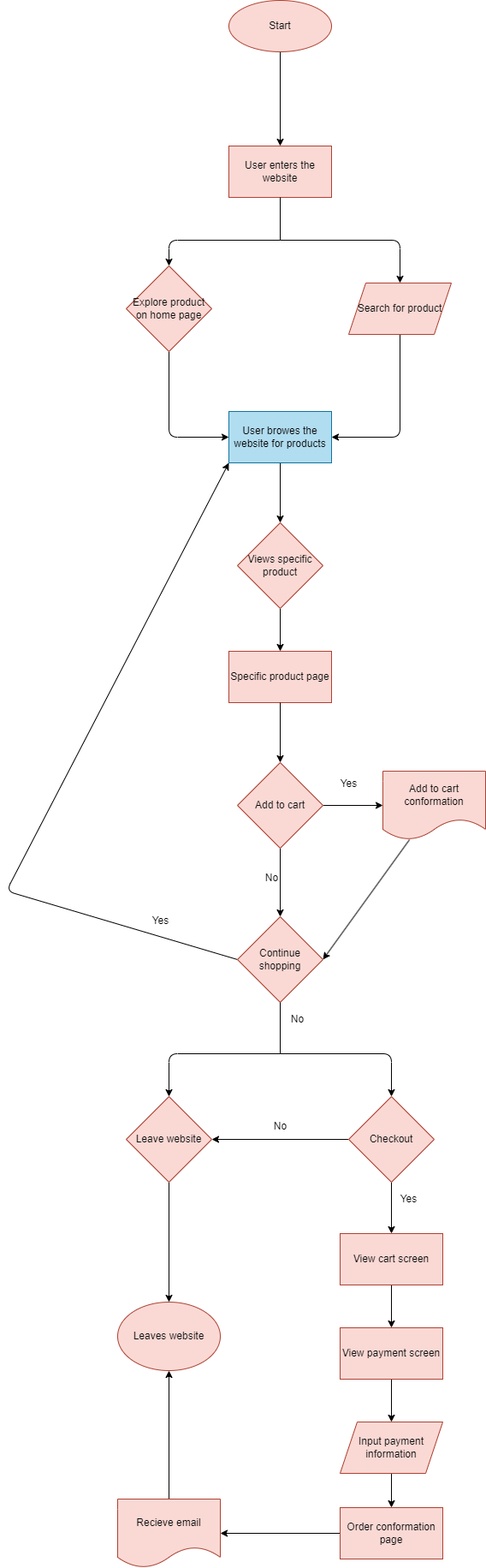
Above: explore/diagramming/diagram.drawio.png in BobbyYuuuu/sp24-cse110-lab4 (draw.io), before the change. Source tidied: cells renumbered, new cells last; positions are measured from the earlier drawing's top-left corner, leaving out a move shared by most shapes.
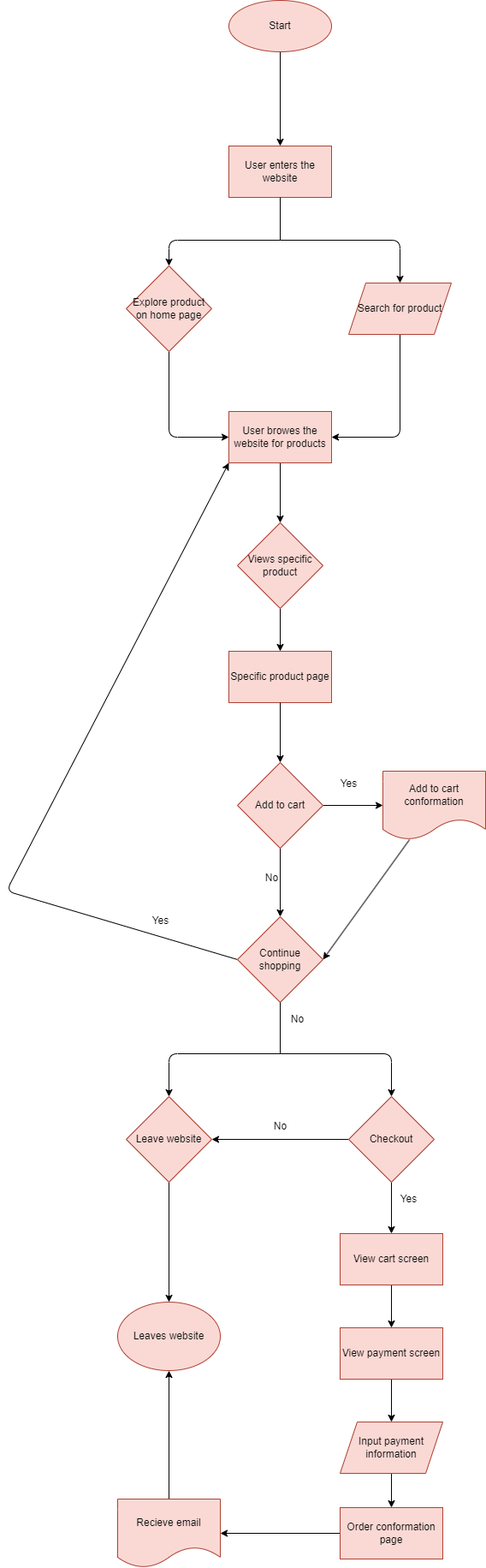
After the commit.

Change to the diagram source:
```diff
@@ -55,7 +55,7 @@
     <mxCell id="12" style="edgeStyle=none;html=1;entryX=0.5;entryY=0;entryDx=0;entryDy=0;fontColor=#080808;" parent="1" edge="1" source="13" target="15">
       <mxGeometry relative="1" as="geometry" />
     </mxCell>
-    <mxCell id="13" value="User browes the website for products" style="rounded=0;whiteSpace=wrap;html=1;fillColor=#b1ddf0;strokeColor=#10739e;" parent="1" vertex="1">
+    <mxCell id="13" value="&lt;font color=&quot;#080808&quot;&gt;User browes the website for products&lt;/font&gt;" style="rounded=0;whiteSpace=wrap;html=1;fillColor=#fad9d5;strokeColor=#ae4132;" parent="1" vertex="1">
       <mxGeometry x="260" y="480" width="120" height="60" as="geometry" />
     </mxCell>
     <mxCell id="14" style="edgeStyle=none;html=1;fontColor=#080808;" parent="1" edge="1" source="15" target="31">
```
